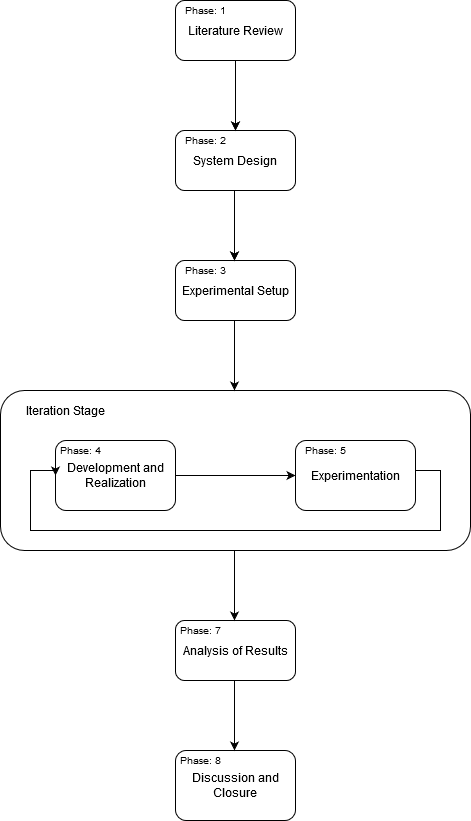
Earlier version of the draw.io export figures/methodology/methodology.png (wylieza/thesis). Source tidied: cells renumbered, new cells last; positions are measured from the earlier drawing's top-left corner, leaving out a move shared by most shapes. The source it was exported from:
```xml
<mxGraphModel>
  <root>
    <mxCell id="0" />
    <mxCell id="1" parent="0" />
    <mxCell id="2" style="group;" parent="1" vertex="1">
      <mxGeometry y="390" width="470" height="160" as="geometry" />
    </mxCell>
    <mxCell id="3" style="rounded=1;whiteSpace=wrap;html=1;" parent="2" vertex="1">
      <mxGeometry width="470" height="160" as="geometry" />
    </mxCell>
    <mxCell id="4" value="Iteration Stage" style="text;html=1;strokeColor=none;fillColor=none;align=center;verticalAlign=middle;whiteSpace=wrap;rounded=0;" parent="2" vertex="1">
      <mxGeometry x="20" y="10" width="90" height="20" as="geometry" />
    </mxCell>
    <mxCell id="5" value="Development and Realization" style="rounded=1;whiteSpace=wrap;html=1;" parent="2" vertex="1">
      <mxGeometry x="55" y="50" width="120" height="70" as="geometry" />
    </mxCell>
    <mxCell id="6" style="edgeStyle=orthogonalEdgeStyle;rounded=0;jettySize=auto;html=1;entryX=0.5;entryY=0;entryDx=0;entryDy=0;" parent="1" edge="1" source="7" target="8">
      <mxGeometry relative="1" as="geometry" />
    </mxCell>
    <mxCell id="7" value="Literature Review" style="rounded=1;whiteSpace=wrap;html=1;" parent="1" vertex="1">
      <mxGeometry x="175" width="120" height="60" as="geometry" />
    </mxCell>
    <mxCell id="8" value="System Design" style="rounded=1;whiteSpace=wrap;html=1;" parent="1" vertex="1">
      <mxGeometry x="175" y="130" width="120" height="60" as="geometry" />
    </mxCell>
    <mxCell id="9" style="edgeStyle=orthogonalEdgeStyle;rounded=0;jettySize=auto;html=1;entryX=0;entryY=0.5;entryDx=0;entryDy=0;" parent="1" edge="1" source="5" target="11">
      <mxGeometry relative="1" as="geometry" />
    </mxCell>
    <mxCell id="10" style="edgeStyle=orthogonalEdgeStyle;rounded=0;jettySize=auto;html=1;entryX=0;entryY=0.5;entryDx=0;entryDy=0;" parent="1" edge="1" source="11" target="5">
      <mxGeometry relative="1" as="geometry">
        <Array as="points">
          <mxPoint x="440" y="470" />
          <mxPoint x="440" y="530" />
          <mxPoint x="30" y="530" />
          <mxPoint x="30" y="470" />
        </Array>
      </mxGeometry>
    </mxCell>
    <mxCell id="11" value="Experimentation" style="rounded=1;whiteSpace=wrap;html=1;" parent="1" vertex="1">
      <mxGeometry x="295" y="440" width="120" height="70" as="geometry" />
    </mxCell>
    <mxCell id="12" value="Experimental Setup" style="rounded=1;whiteSpace=wrap;html=1;" parent="1" vertex="1">
      <mxGeometry x="175" y="260" width="120" height="60" as="geometry" />
    </mxCell>
    <mxCell id="13" style="edgeStyle=orthogonalEdgeStyle;rounded=0;orthogonalLoop=1;jettySize=auto;html=1;entryX=0.5;entryY=0;entryDx=0;entryDy=0;" parent="1" edge="1">
      <mxGeometry relative="1" as="geometry">
        <mxPoint x="235" y="60" as="sourcePoint" />
        <mxPoint x="235" y="130" as="targetPoint" />
      </mxGeometry>
    </mxCell>
    <mxCell id="14" style="edgeStyle=orthogonalEdgeStyle;rounded=0;orthogonalLoop=1;jettySize=auto;html=1;entryX=0.5;entryY=0;entryDx=0;entryDy=0;" parent="1" edge="1">
      <mxGeometry relative="1" as="geometry">
        <mxPoint x="234" y="190" as="sourcePoint" />
        <mxPoint x="234" y="260" as="targetPoint" />
      </mxGeometry>
    </mxCell>
    <mxCell id="15" value="Analysis of Results" style="rounded=1;whiteSpace=wrap;html=1;" parent="1" vertex="1">
      <mxGeometry x="175" y="620" width="120" height="60" as="geometry" />
    </mxCell>
    <mxCell id="16" style="edgeStyle=orthogonalEdgeStyle;rounded=0;orthogonalLoop=1;jettySize=auto;html=1;entryX=0.5;entryY=0;entryDx=0;entryDy=0;" parent="1" edge="1">
      <mxGeometry relative="1" as="geometry">
        <mxPoint x="234" y="190" as="sourcePoint" />
        <mxPoint x="234" y="260" as="targetPoint" />
      </mxGeometry>
    </mxCell>
    <mxCell id="17" style="edgeStyle=orthogonalEdgeStyle;rounded=0;orthogonalLoop=1;jettySize=auto;html=1;entryX=0.5;entryY=0;entryDx=0;entryDy=0;" parent="1" edge="1">
      <mxGeometry relative="1" as="geometry">
        <mxPoint x="234" y="320" as="sourcePoint" />
        <mxPoint x="234" y="390" as="targetPoint" />
      </mxGeometry>
    </mxCell>
    <mxCell id="18" style="edgeStyle=orthogonalEdgeStyle;rounded=0;orthogonalLoop=1;jettySize=auto;html=1;entryX=0.5;entryY=0;entryDx=0;entryDy=0;" parent="1" edge="1">
      <mxGeometry relative="1" as="geometry">
        <mxPoint x="234" y="550" as="sourcePoint" />
        <mxPoint x="234" y="620" as="targetPoint" />
      </mxGeometry>
    </mxCell>
    <mxCell id="19" value="Discussion and Closure" style="rounded=1;whiteSpace=wrap;html=1;" parent="1" vertex="1">
      <mxGeometry x="175" y="750" width="120" height="70" as="geometry" />
    </mxCell>
    <mxCell id="20" style="edgeStyle=orthogonalEdgeStyle;rounded=0;orthogonalLoop=1;jettySize=auto;html=1;entryX=0.5;entryY=0;entryDx=0;entryDy=0;" parent="1" edge="1">
      <mxGeometry relative="1" as="geometry">
        <mxPoint x="234" y="680" as="sourcePoint" />
        <mxPoint x="234" y="750" as="targetPoint" />
      </mxGeometry>
    </mxCell>
    <mxCell id="21" value="Phase: 1" style="text;html=1;strokeColor=none;fillColor=none;align=center;verticalAlign=middle;whiteSpace=wrap;rounded=0;fontSize=10;" parent="1" vertex="1">
      <mxGeometry x="175" width="60" height="20" as="geometry" />
    </mxCell>
    <mxCell id="22" value="&lt;div&gt;Phase: 2&lt;/div&gt;" style="text;html=1;strokeColor=none;fillColor=none;align=center;verticalAlign=middle;whiteSpace=wrap;rounded=0;fontSize=10;" parent="1" vertex="1">
      <mxGeometry x="175" y="130" width="60" height="20" as="geometry" />
    </mxCell>
    <mxCell id="23" value="Phase: 3" style="text;html=1;strokeColor=none;fillColor=none;align=center;verticalAlign=middle;whiteSpace=wrap;rounded=0;fontSize=10;" parent="1" vertex="1">
      <mxGeometry x="175" y="260" width="60" height="20" as="geometry" />
    </mxCell>
    <mxCell id="24" value="Phase: 4" style="text;html=1;strokeColor=none;fillColor=none;align=center;verticalAlign=middle;whiteSpace=wrap;rounded=0;fontSize=10;" parent="1" vertex="1">
      <mxGeometry x="50" y="440" width="60" height="20" as="geometry" />
    </mxCell>
    <mxCell id="25" value="Phase: 5" style="text;html=1;strokeColor=none;fillColor=none;align=center;verticalAlign=middle;whiteSpace=wrap;rounded=0;fontSize=10;" parent="1" vertex="1">
      <mxGeometry x="295" y="440" width="60" height="20" as="geometry" />
    </mxCell>
    <mxCell id="26" value="Phase: 7" style="text;html=1;strokeColor=none;fillColor=none;align=center;verticalAlign=middle;whiteSpace=wrap;rounded=0;fontSize=10;" parent="1" vertex="1">
      <mxGeometry x="170" y="620" width="60" height="20" as="geometry" />
    </mxCell>
    <mxCell id="27" value="Phase: 8" style="text;html=1;strokeColor=none;fillColor=none;align=center;verticalAlign=middle;whiteSpace=wrap;rounded=0;fontSize=10;" parent="1" vertex="1">
      <mxGeometry x="170" y="750" width="60" height="20" as="geometry" />
    </mxCell>
  </root>
</mxGraphModel>
```
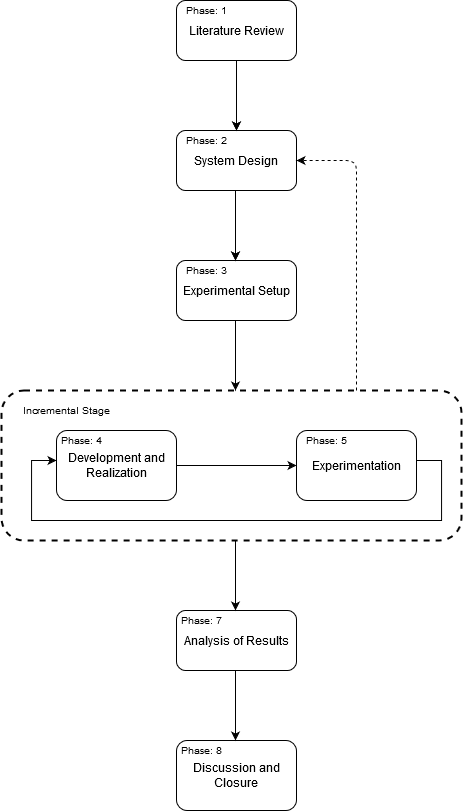
Above is the later version.

The edit, as a diff of the source:
```diff
@@ -2,37 +2,30 @@
   <root>
     <mxCell id="0" />
     <mxCell id="1" parent="0" />
-    <mxCell id="2" style="group;" parent="1" vertex="1">
-      <mxGeometry y="390" width="470" height="160" as="geometry" />
-    </mxCell>
-    <mxCell id="3" style="rounded=1;whiteSpace=wrap;html=1;" parent="2" vertex="1">
-      <mxGeometry width="470" height="160" as="geometry" />
-    </mxCell>
-    <mxCell id="4" value="Iteration Stage" style="text;html=1;strokeColor=none;fillColor=none;align=center;verticalAlign=middle;whiteSpace=wrap;rounded=0;" parent="2" vertex="1">
-      <mxGeometry x="20" y="10" width="90" height="20" as="geometry" />
-    </mxCell>
-    <mxCell id="5" value="Development and Realization" style="rounded=1;whiteSpace=wrap;html=1;" parent="2" vertex="1">
-      <mxGeometry x="55" y="50" width="120" height="70" as="geometry" />
-    </mxCell>
+    <mxCell id="28" style="rounded=1;whiteSpace=wrap;html=1;dashed=1;fontSize=10;strokeWidth=2;" parent="1" vertex="1">
+      <mxGeometry y="400" width="460" height="150" as="geometry" />
+    </mxCell>
     <mxCell id="6" style="edgeStyle=orthogonalEdgeStyle;rounded=0;jettySize=auto;html=1;entryX=0.5;entryY=0;entryDx=0;entryDy=0;" parent="1" edge="1" source="7" target="8">
       <mxGeometry relative="1" as="geometry" />
     </mxCell>
     <mxCell id="7" value="Literature Review" style="rounded=1;whiteSpace=wrap;html=1;" parent="1" vertex="1">
-      <mxGeometry x="175" width="120" height="60" as="geometry" />
+      <mxGeometry x="175" y="10" width="120" height="60" as="geometry" />
     </mxCell>
     <mxCell id="8" value="System Design" style="rounded=1;whiteSpace=wrap;html=1;" parent="1" vertex="1">
-      <mxGeometry x="175" y="130" width="120" height="60" as="geometry" />
+      <mxGeometry x="175" y="140" width="120" height="60" as="geometry" />
     </mxCell>
     <mxCell id="9" style="edgeStyle=orthogonalEdgeStyle;rounded=0;jettySize=auto;html=1;entryX=0;entryY=0.5;entryDx=0;entryDy=0;" parent="1" edge="1" source="5" target="11">
       <mxGeometry relative="1" as="geometry" />
     </mxCell>
-    <mxCell id="10" style="edgeStyle=orthogonalEdgeStyle;rounded=0;jettySize=auto;html=1;entryX=0;entryY=0.5;entryDx=0;entryDy=0;" parent="1" edge="1" source="11" target="5">
+    <mxCell id="10" style="edgeStyle=orthogonalEdgeStyle;rounded=0;jettySize=auto;html=1;" parent="1" edge="1" source="11">
       <mxGeometry relative="1" as="geometry">
+        <mxPoint x="55" y="470" as="targetPoint" />
         <Array as="points">
           <mxPoint x="440" y="470" />
           <mxPoint x="440" y="530" />
           <mxPoint x="30" y="530" />
           <mxPoint x="30" y="470" />
+          <mxPoint x="55" y="470" />
         </Array>
       </mxGeometry>
     </mxCell>
@@ -40,18 +33,18 @@
       <mxGeometry x="295" y="440" width="120" height="70" as="geometry" />
     </mxCell>
     <mxCell id="12" value="Experimental Setup" style="rounded=1;whiteSpace=wrap;html=1;" parent="1" vertex="1">
-      <mxGeometry x="175" y="260" width="120" height="60" as="geometry" />
+      <mxGeometry x="175" y="270" width="120" height="60" as="geometry" />
     </mxCell>
     <mxCell id="13" style="edgeStyle=orthogonalEdgeStyle;rounded=0;orthogonalLoop=1;jettySize=auto;html=1;entryX=0.5;entryY=0;entryDx=0;entryDy=0;" parent="1" edge="1">
       <mxGeometry relative="1" as="geometry">
-        <mxPoint x="235" y="60" as="sourcePoint" />
-        <mxPoint x="235" y="130" as="targetPoint" />
+        <mxPoint x="235" y="70" as="sourcePoint" />
+        <mxPoint x="235" y="140" as="targetPoint" />
       </mxGeometry>
     </mxCell>
     <mxCell id="14" style="edgeStyle=orthogonalEdgeStyle;rounded=0;orthogonalLoop=1;jettySize=auto;html=1;entryX=0.5;entryY=0;entryDx=0;entryDy=0;" parent="1" edge="1">
       <mxGeometry relative="1" as="geometry">
-        <mxPoint x="234" y="190" as="sourcePoint" />
-        <mxPoint x="234" y="260" as="targetPoint" />
+        <mxPoint x="234" y="200" as="sourcePoint" />
+        <mxPoint x="234" y="270" as="targetPoint" />
       </mxGeometry>
     </mxCell>
     <mxCell id="15" value="Analysis of Results" style="rounded=1;whiteSpace=wrap;html=1;" parent="1" vertex="1">
@@ -59,14 +52,14 @@
     </mxCell>
     <mxCell id="16" style="edgeStyle=orthogonalEdgeStyle;rounded=0;orthogonalLoop=1;jettySize=auto;html=1;entryX=0.5;entryY=0;entryDx=0;entryDy=0;" parent="1" edge="1">
       <mxGeometry relative="1" as="geometry">
-        <mxPoint x="234" y="190" as="sourcePoint" />
-        <mxPoint x="234" y="260" as="targetPoint" />
+        <mxPoint x="234" y="200" as="sourcePoint" />
+        <mxPoint x="234" y="270" as="targetPoint" />
       </mxGeometry>
     </mxCell>
     <mxCell id="17" style="edgeStyle=orthogonalEdgeStyle;rounded=0;orthogonalLoop=1;jettySize=auto;html=1;entryX=0.5;entryY=0;entryDx=0;entryDy=0;" parent="1" edge="1">
       <mxGeometry relative="1" as="geometry">
-        <mxPoint x="234" y="320" as="sourcePoint" />
-        <mxPoint x="234" y="390" as="targetPoint" />
+        <mxPoint x="234" y="330" as="sourcePoint" />
+        <mxPoint x="234" y="400" as="targetPoint" />
       </mxGeometry>
     </mxCell>
     <mxCell id="18" style="edgeStyle=orthogonalEdgeStyle;rounded=0;orthogonalLoop=1;jettySize=auto;html=1;entryX=0.5;entryY=0;entryDx=0;entryDy=0;" parent="1" edge="1">
@@ -85,17 +78,14 @@
       </mxGeometry>
     </mxCell>
     <mxCell id="21" value="Phase: 1" style="text;html=1;strokeColor=none;fillColor=none;align=center;verticalAlign=middle;whiteSpace=wrap;rounded=0;fontSize=10;" parent="1" vertex="1">
-      <mxGeometry x="175" width="60" height="20" as="geometry" />
+      <mxGeometry x="175" y="10" width="60" height="20" as="geometry" />
     </mxCell>
     <mxCell id="22" value="&lt;div&gt;Phase: 2&lt;/div&gt;" style="text;html=1;strokeColor=none;fillColor=none;align=center;verticalAlign=middle;whiteSpace=wrap;rounded=0;fontSize=10;" parent="1" vertex="1">
-      <mxGeometry x="175" y="130" width="60" height="20" as="geometry" />
+      <mxGeometry x="175" y="140" width="60" height="20" as="geometry" />
     </mxCell>
     <mxCell id="23" value="Phase: 3" style="text;html=1;strokeColor=none;fillColor=none;align=center;verticalAlign=middle;whiteSpace=wrap;rounded=0;fontSize=10;" parent="1" vertex="1">
-      <mxGeometry x="175" y="260" width="60" height="20" as="geometry" />
+      <mxGeometry x="175" y="270" width="60" height="20" as="geometry" />
     </mxCell>
-    <mxCell id="24" value="Phase: 4" style="text;html=1;strokeColor=none;fillColor=none;align=center;verticalAlign=middle;whiteSpace=wrap;rounded=0;fontSize=10;" parent="1" vertex="1">
-      <mxGeometry x="50" y="440" width="60" height="20" as="geometry" />
-    </mxCell>
     <mxCell id="25" value="Phase: 5" style="text;html=1;strokeColor=none;fillColor=none;align=center;verticalAlign=middle;whiteSpace=wrap;rounded=0;fontSize=10;" parent="1" vertex="1">
       <mxGeometry x="295" y="440" width="60" height="20" as="geometry" />
     </mxCell>
@@ -105,5 +95,22 @@
     <mxCell id="27" value="Phase: 8" style="text;html=1;strokeColor=none;fillColor=none;align=center;verticalAlign=middle;whiteSpace=wrap;rounded=0;fontSize=10;" parent="1" vertex="1">
       <mxGeometry x="170" y="750" width="60" height="20" as="geometry" />
     </mxCell>
+    <mxCell id="29" style="endArrow=classic;dashed=1;html=1;fontSize=10;entryX=1;entryY=0.5;entryDx=0;entryDy=0;endFill=1;" parent="1" edge="1" target="8">
+      <mxGeometry relative="1" as="geometry">
+        <mxPoint x="355" y="400" as="sourcePoint" />
+        <Array as="points">
+          <mxPoint x="355" y="170" />
+        </Array>
+      </mxGeometry>
+    </mxCell>
+    <mxCell id="4" value="Incremental Stage" style="text;html=1;strokeColor=none;fillColor=none;align=center;verticalAlign=middle;whiteSpace=wrap;rounded=0;fontSize=10;" parent="1" vertex="1">
+      <mxGeometry x="10" y="410" width="110" height="20" as="geometry" />
+    </mxCell>
+    <mxCell id="5" value="Development and Realization" style="rounded=1;whiteSpace=wrap;html=1;" parent="1" vertex="1">
+      <mxGeometry x="55" y="440" width="120" height="70" as="geometry" />
+    </mxCell>
+    <mxCell id="24" value="Phase: 4" style="text;html=1;strokeColor=none;fillColor=none;align=center;verticalAlign=middle;whiteSpace=wrap;rounded=0;fontSize=10;" parent="1" vertex="1">
+      <mxGeometry x="50" y="440" width="60" height="20" as="geometry" />
+    </mxCell>
   </root>
 </mxGraphModel>
```
